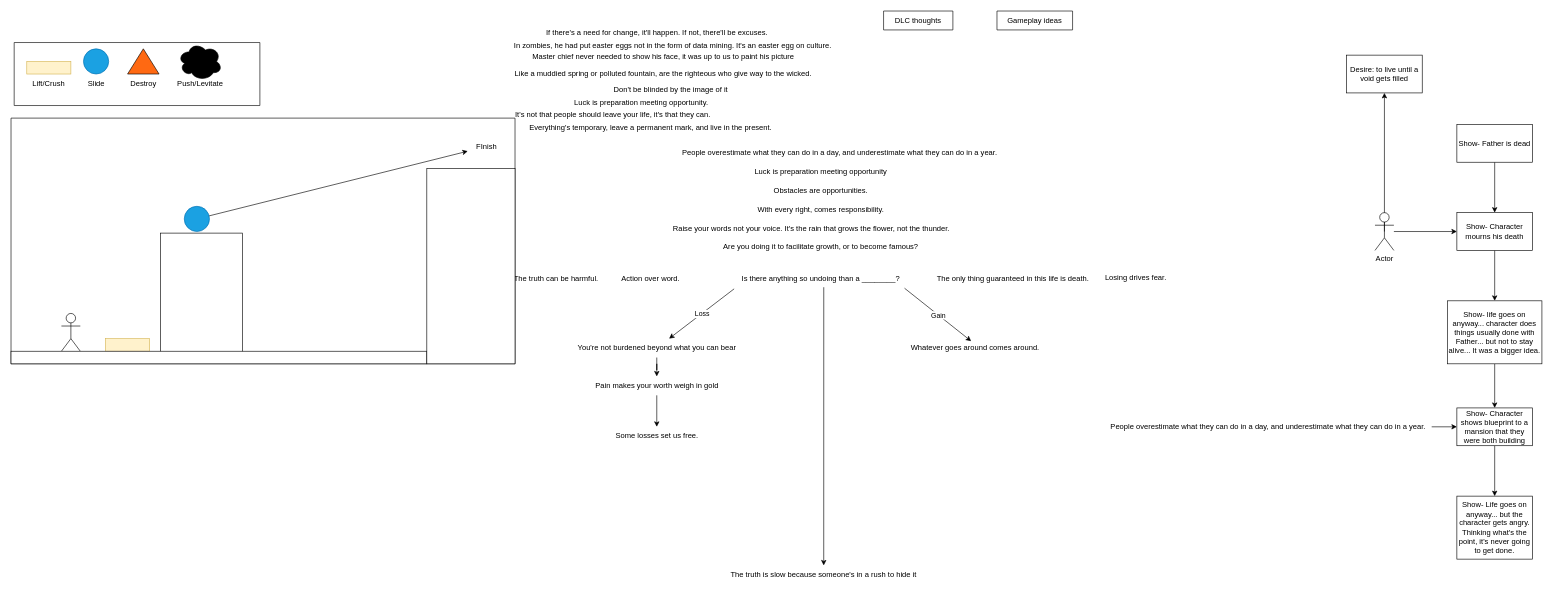
Above: Plans.drawio in HasinJ/Elements-Platformer (draw.io), before the change. Source tidied: cells renumbered, new cells numbered last; positions are measured from the earlier drawing's top-left corner, leaving out a move shared by most shapes. Both pictures are drawn from the tidied source at 63%, with x=0, y=0 at pixel (11, 11).
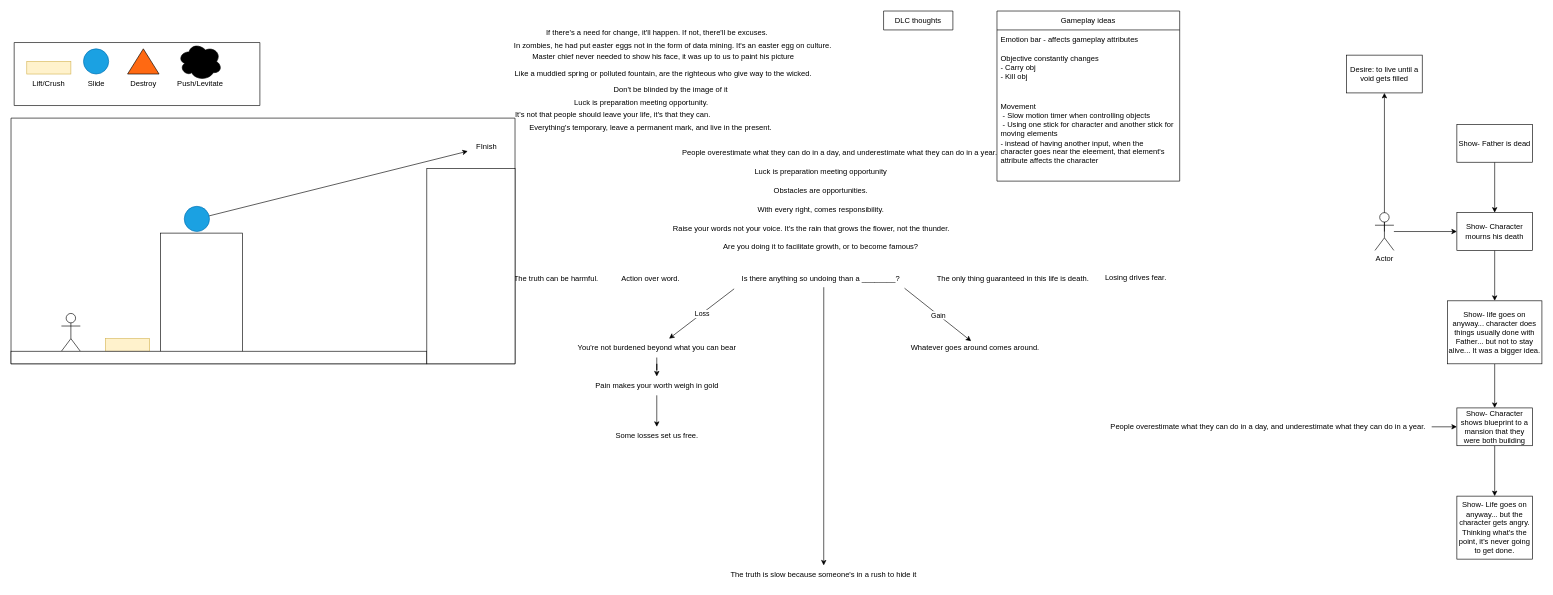
The same page after the edit.

Commit message:
More story phrases, gameplay idea on not needing two inputs

Change to the diagram source:
```diff
@@
-    <mxCell id="43" value="Gameplay ideas" style="swimlane;fontStyle=0;horizontal=1;startSize=30;whiteSpace=wrap;html=1;" parent="1" vertex="1" collapsed="1">
-      <mxGeometry x="1565" width="120" height="30" as="geometry" />
+    <mxCell id="43" value="Gameplay ideas" style="swimlane;fontStyle=0;horizontal=1;startSize=30;whiteSpace=wrap;html=1;" parent="1" vertex="1">
+      <mxGeometry x="1565" width="290" height="270" as="geometry" />
     </mxCell>
+    <mxCell id="68" value="Emotion bar - affects gameplay attributes" style="text;strokeColor=none;fillColor=none;align=left;verticalAlign=middle;spacingLeft=4;spacingRight=4;overflow=hidden;whiteSpace=wrap;html=1;" parent="43" vertex="1">
+      <mxGeometry y="30" width="290" height="30" as="geometry" />
+    </mxCell>
+    <mxCell id="69" value="Objective constantly changes&lt;br&gt;&lt;div&gt;- Carry obj&lt;/div&gt;&lt;div&gt;- Kill obj&lt;br&gt;&lt;/div&gt;" style="text;strokeColor=none;fillColor=none;align=left;verticalAlign=middle;spacingLeft=4;spacingRight=4;overflow=hidden;whiteSpace=wrap;html=1;" parent="43" vertex="1">
+      <mxGeometry y="60" width="290" height="60" as="geometry" />
+    </mxCell>
+    <mxCell id="70" value="&lt;div&gt;Movement&lt;/div&gt;&lt;div&gt;&amp;nbsp;- Slow motion timer when controlling objects&lt;/div&gt;&lt;div&gt;&amp;nbsp;- Using one stick for character and another stick for moving elements&lt;/div&gt;&lt;div&gt;- instead of having another input, when the character goes near the eleement, that element's attribute affects the character&lt;br&gt;&lt;/div&gt;" style="text;strokeColor=none;fillColor=none;align=left;verticalAlign=middle;spacingLeft=4;spacingRight=4;overflow=hidden;whiteSpace=wrap;html=1;" parent="43" vertex="1">
+      <mxGeometry y="120" width="290" height="150" as="geometry" />
+    </mxCell>
```
